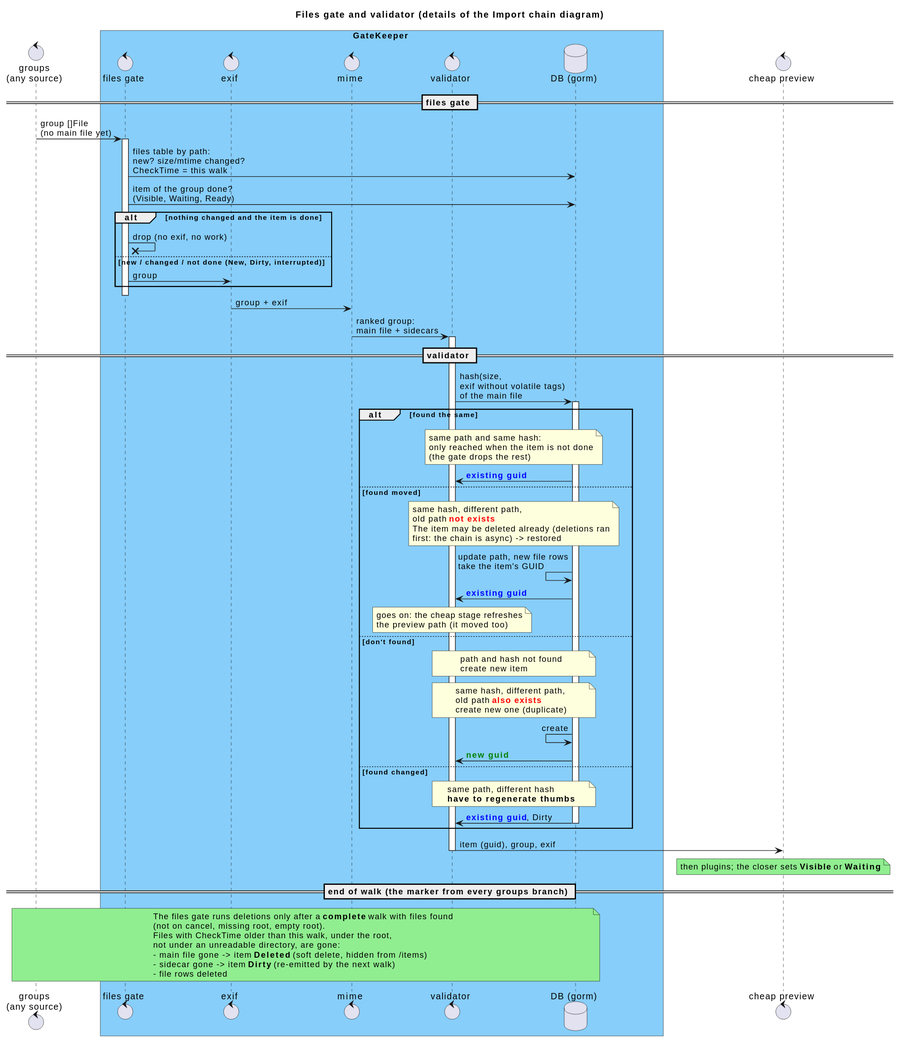
Before: _sb/diagrams/Walker and validating.svg, a diagram exported from PlantUML (eggs-gd/Perceptrail).
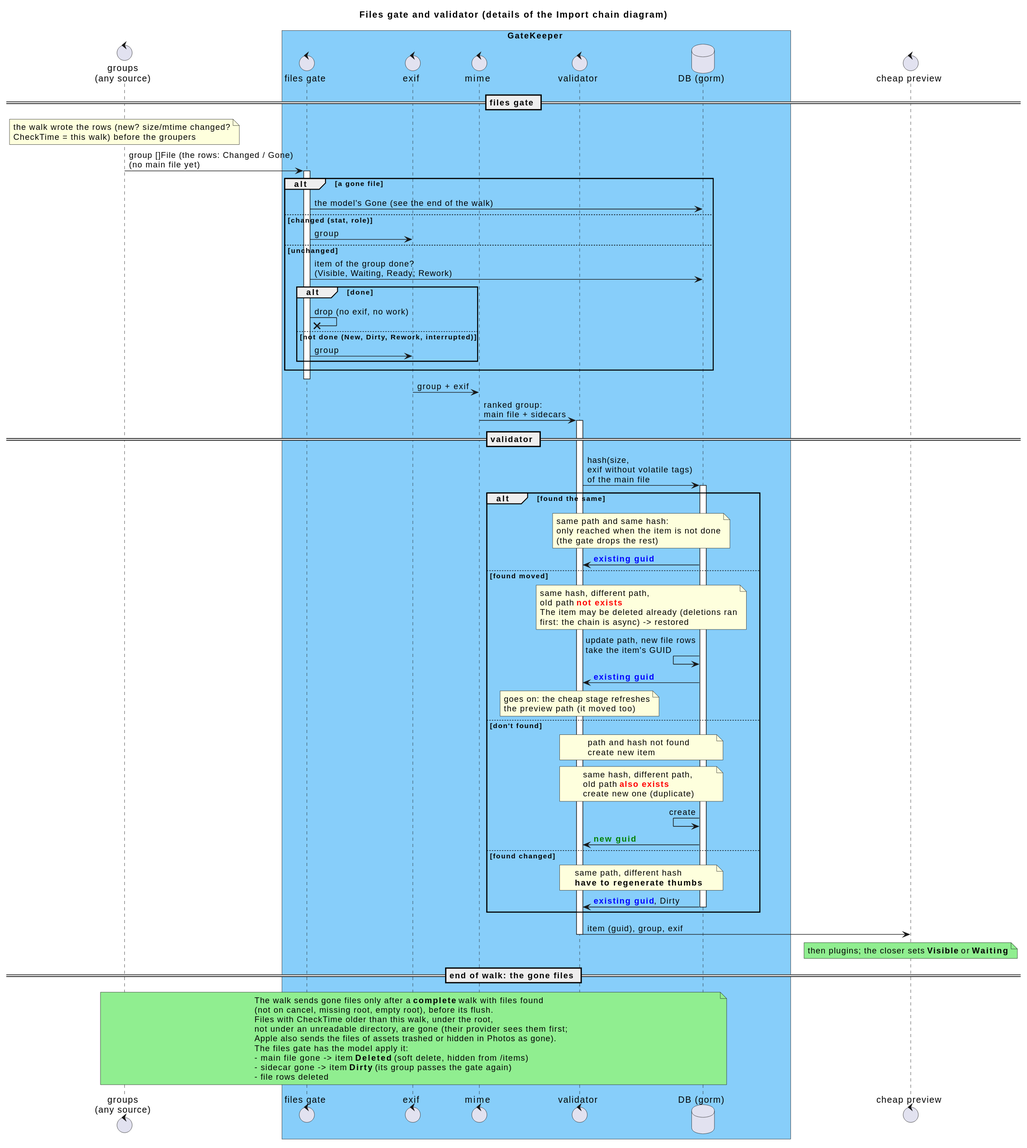
After the commit.

What changed in the source:
```diff
@@ -15,14 +15,20 @@
 
 == files gate ==
 
-Groups -> Gate: group []File\n(no main file yet)
+note over Groups: the walk wrote the rows (new? size/mtime changed?\nCheckTime = this walk) before the groupers
+Groups -> Gate: group []File (the rows: Changed / Gone)\n(no main file yet)
 activate Gate
-Gate -> DB: files table by path:\nnew? size/mtime changed?\nCheckTime = this walk
-Gate -> DB: item of the group done?\n(Visible, Waiting, Ready)
-alt nothing changed and the item is done
-    Gate ->x Gate: drop (no exif, no work)
-else new / changed / not done (New, Dirty, interrupted)
+alt a gone file
+    Gate -> DB: the model's Gone (see the end of the walk)
+else changed (stat, role)
     Gate -> Exif: group
+else unchanged
+    Gate -> DB: item of the group done?\n(Visible, Waiting, Ready; Rework)
+    alt done
+        Gate ->x Gate: drop (no exif, no work)
+    else not done (New, Dirty, Rework, interrupted)
+        Gate -> Exif: group
+    end
 end
 deactivate Gate
 
@@ -80,15 +86,17 @@
 deactivate Validator
 note over Transcode #LightGreen: then plugins; the closer sets <b>Visible</b> or <b>Waiting</b>
 
-== end of walk (the marker from every groups branch) ==
+== end of walk: the gone files ==
 
 note over Groups, DB #LightGreen
-The files gate runs deletions only after a <b>complete</b> walk with files found
-(not on cancel, missing root, empty root).
+The walk sends gone files only after a <b>complete</b> walk with files found
+(not on cancel, missing root, empty root), before its flush.
 Files with CheckTime older than this walk, under the root,
-not under an unreadable directory, are gone:
+not under an unreadable directory, are gone (their provider sees them first;
+Apple also sends the files of assets trashed or hidden in Photos as gone).
+The files gate has the model apply it:
 - main file gone -> item <b>Deleted</b> (soft delete, hidden from /items)
-- sidecar gone -> item <b>Dirty</b> (re-emitted by the next walk)
+- sidecar gone -> item <b>Dirty</b> (its group passes the gate again)
 - file rows deleted
 end note
 @enduml
```
